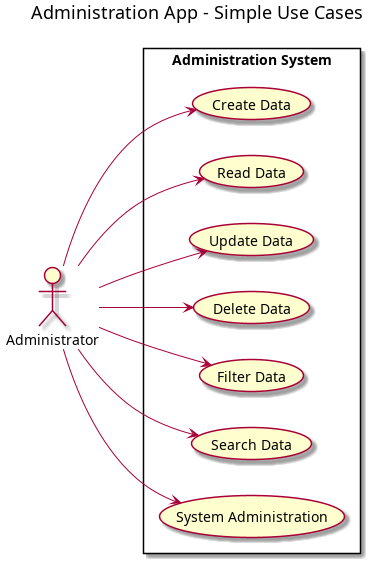
Before: conception/SprintVI/use_case_diagrams/use_case_diagram_of_SprintVI.png, a diagram exported from PlantUML (souhaib-askri/report_pfe). Its source is kept beside it as conception/SprintVI/use_case_diagrams/use_case_diagram_of_SprintVI.puml.
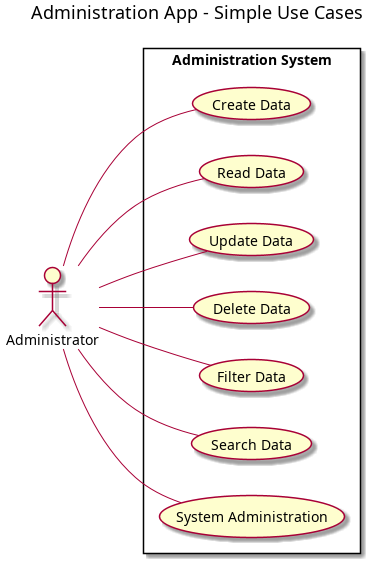
Above is the later version.

The edit, as a diff of the source:
```diff
@@ -15,12 +15,12 @@
   usecase "System Administration" as UC7
 }
 
-Admin --> UC1
-Admin --> UC2
-Admin --> UC3
-Admin --> UC4
-Admin --> UC5
-Admin --> UC6
-Admin --> UC7
+Admin -- UC1
+Admin -- UC2
+Admin -- UC3
+Admin -- UC4
+Admin -- UC5
+Admin -- UC6
+Admin -- UC7
 
 @enduml
```
